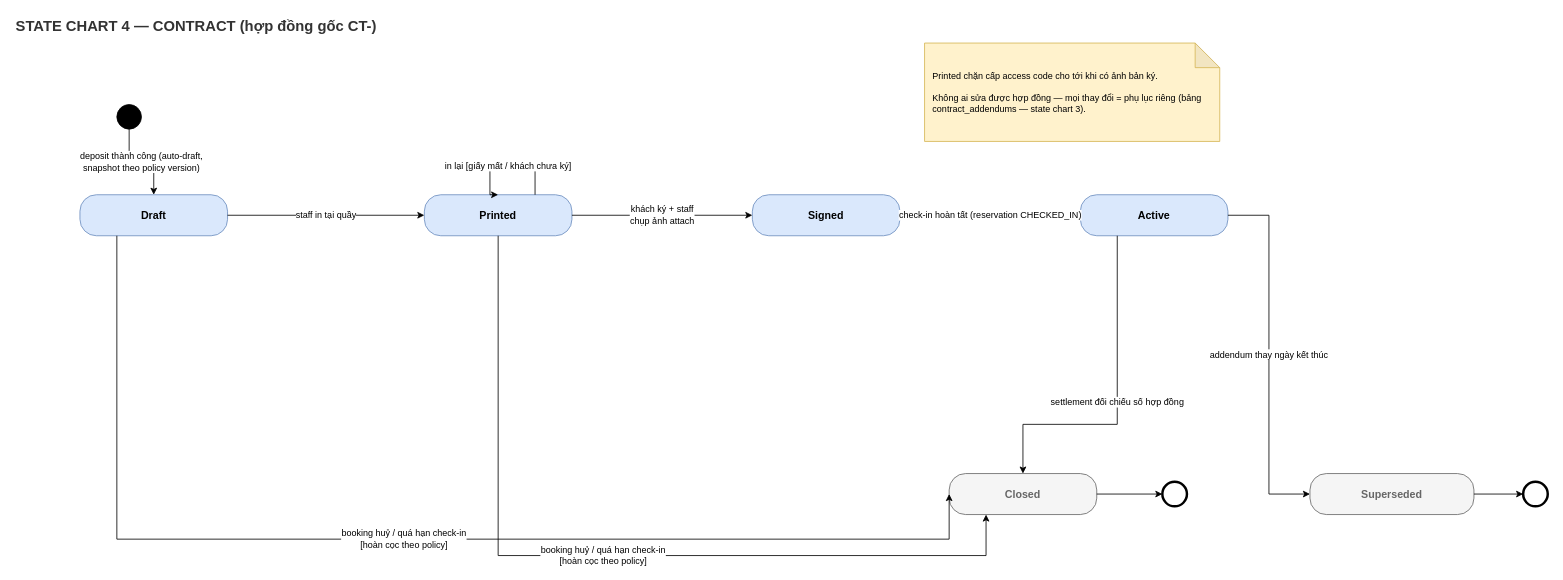
Earlier version of the draw.io diagram StateCharts_V3/StateChart4_Contract.drawio (bechovang/bmad-swp). Source tidied: cells renumbered, new cells numbered last; positions are measured from the earlier drawing's top-left corner, leaving out a move shared by most shapes. Both pictures are drawn from the tidied source at 82%, with x=0, y=0 at pixel (14, 14).
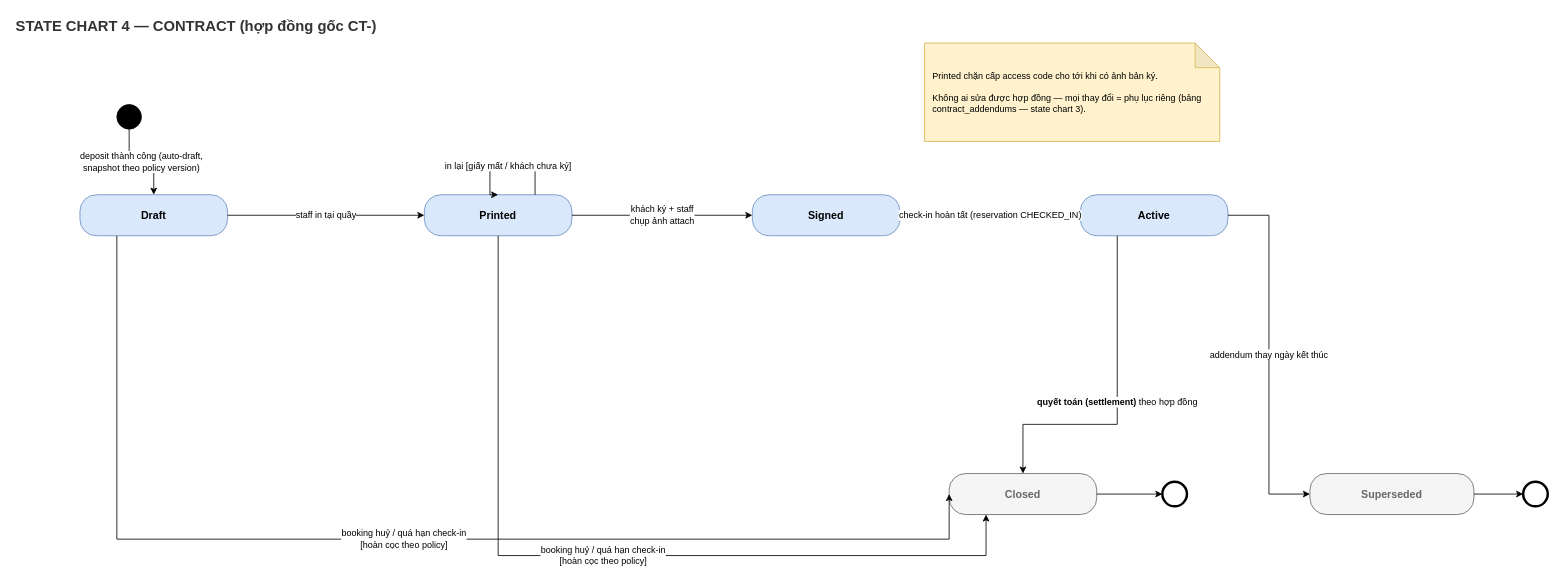
The same page after the edit.

Commit message (it also covers changes not shown here):
Tweak state charts manually (user edits in StateCharts_V3)

The change refers to these unchanged cells:
```xml
<mxCell id="7" value="Active" style="rounded=1;whiteSpace=wrap;html=1;arcSize=40;fillColor=#dae8fc;strokeColor=#6c8ebf;fontSize=13;fontStyle=1;" parent="1" vertex="1">
  <mxGeometry x="1300" y="220" width="180" height="50" as="geometry" />
</mxCell>
<mxCell id="8" value="Closed" style="rounded=1;whiteSpace=wrap;html=1;arcSize=40;fillColor=#f5f5f5;strokeColor=#666666;fontSize=13;fontStyle=1;fontColor=#666666;" parent="1" vertex="1">
  <mxGeometry x="1140" y="560" width="180" height="50" as="geometry" />
</mxCell>
```

The edit, as a diff of the source:
```diff
@@
-    <mxCell id="17" value="settlement đối chiếu số hợp đồng" style="edgeStyle=orthogonalEdgeStyle;rounded=0;jettySize=auto;html=1;exitX=0.25;exitY=1;exitDx=0;exitDy=0;entryX=0.5;entryY=0;entryDx=0;entryDy=0;fontSize=11;" parent="1" edge="1" source="7" target="8">
+    <mxCell id="17" value="&lt;strong&gt;quyết toán (settlement)&lt;/strong&gt;&amp;nbsp;theo hợp đồng" style="edgeStyle=orthogonalEdgeStyle;rounded=0;jettySize=auto;html=1;exitX=0.25;exitY=1;exitDx=0;exitDy=0;entryX=0.5;entryY=0;entryDx=0;entryDy=0;fontSize=11;" parent="1" edge="1" source="7" target="8">
       <mxGeometry relative="1" as="geometry">
         <Array as="points">
           <mxPoint x="1345" y="500" />
           <mxPoint x="1230" y="500" />
         </Array>
       </mxGeometry>
     </mxCell>
```
